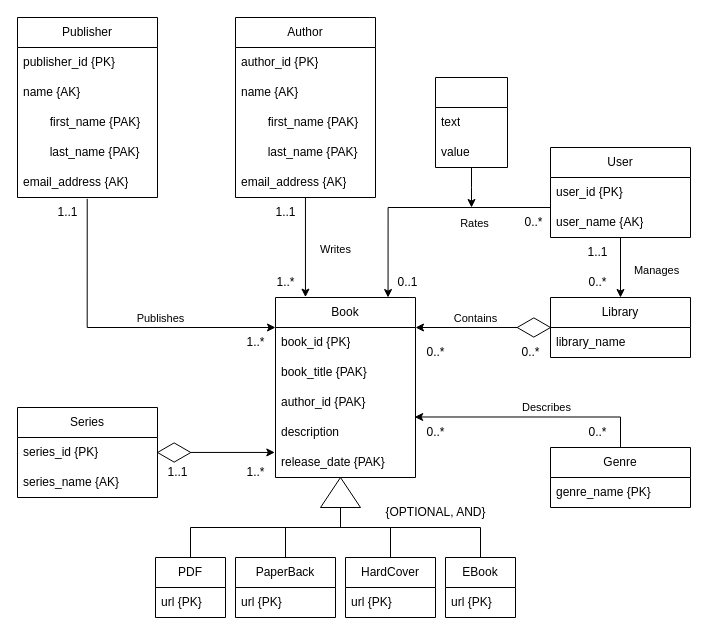
This is documents/vl_conceptual_design_alt.drawio from jackeinbinder01/VirtualLibrary, a draw.io file, before an edit. Source tidied: cells renumbered, new cells numbered last; positions are measured from the earlier drawing's top-left corner, leaving out a move shared by most shapes. Both pictures are drawn from the tidied source at 100%, with x=0, y=0 at pixel (17, 17).
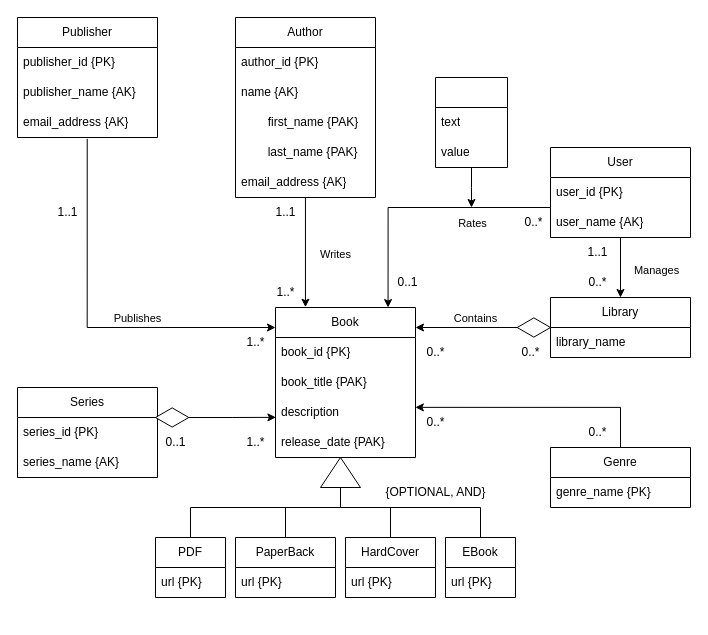
The same page after the edit.

Commit message (it also covers changes not shown here):
alt ERD updated

Unchanged cells that the change refers to:
```xml
<mxCell id="33" value="Genre" style="swimlane;fontStyle=0;horizontal=1;startSize=30;whiteSpace=wrap;html=1;" parent="1" vertex="1">
  <mxGeometry x="533" y="430" width="140" height="60" as="geometry" />
</mxCell>
```

What changed in the source:
```diff
@@
     <mxCell id="9" value="Book" style="swimlane;fontStyle=0;horizontal=1;startSize=30;whiteSpace=wrap;html=1;" parent="1" vertex="1">
-      <mxGeometry x="258" y="280" width="140" height="180" as="geometry" />
+      <mxGeometry x="258" y="290" width="140" height="150" as="geometry" />
     </mxCell>
@@
-    <mxCell id="12" value="author_id {PAK}" style="text;strokeColor=none;fillColor=none;align=left;verticalAlign=middle;spacingLeft=4;spacingRight=4;overflow=hidden;whiteSpace=wrap;html=1;" parent="9" vertex="1">
-      <mxGeometry y="90" width="140" height="30" as="geometry" />
-    </mxCell>
     <mxCell id="13" value="description" style="text;strokeColor=none;fillColor=none;align=left;verticalAlign=middle;spacingLeft=4;spacingRight=4;overflow=hidden;points=[[0,0.5],[1,0.5]];portConstraint=eastwest;whiteSpace=wrap;html=1;" parent="9" vertex="1">
-      <mxGeometry y="120" width="140" height="30" as="geometry" />
+      <mxGeometry y="90" width="140" height="30" as="geometry" />
     </mxCell>
     <mxCell id="14" value="release_date {PAK}" style="text;strokeColor=none;fillColor=none;align=left;verticalAlign=middle;spacingLeft=4;spacingRight=4;overflow=hidden;points=[[0,0.5],[1,0.5]];portConstraint=eastwest;whiteSpace=wrap;html=1;" parent="9" vertex="1">
-      <mxGeometry y="150" width="140" height="30" as="geometry" />
+      <mxGeometry y="120" width="140" height="30" as="geometry" />
     </mxCell>
     <mxCell id="15" value="PDF" style="swimlane;fontStyle=0;horizontal=1;startSize=30;whiteSpace=wrap;html=1;" parent="1" vertex="1">
-      <mxGeometry x="138" y="540" width="70" height="60" as="geometry" />
+      <mxGeometry x="138" y="520" width="70" height="60" as="geometry" />
     </mxCell>
@@
     <mxCell id="28" style="edgeStyle=orthogonalEdgeStyle;rounded=0;jettySize=auto;html=1;entryX=0.5;entryY=0;entryDx=0;entryDy=0;endArrow=none;endFill=0;" parent="1" edge="1" source="29" target="15">
       <mxGeometry relative="1" as="geometry">
         <Array as="points">
-          <mxPoint x="323" y="510" />
-          <mxPoint x="173" y="510" />
+          <mxPoint x="323" y="490" />
+          <mxPoint x="173" y="490" />
         </Array>
       </mxGeometry>
     </mxCell>
     <mxCell id="29" style="triangle;whiteSpace=wrap;html=1;direction=north;" parent="1" vertex="1">
-      <mxGeometry x="303" y="460" width="40" height="30" as="geometry" />
+      <mxGeometry x="303" y="440" width="40" height="30" as="geometry" />
     </mxCell>
     <mxCell id="30" value="{OPTIONAL, AND}" style="text;html=1;align=center;verticalAlign=middle;strokeColor=none;fillColor=none;" parent="1" vertex="1">
-      <mxGeometry x="358" y="480" width="120" height="30" as="geometry" />
+      <mxGeometry x="358" y="460" width="120" height="30" as="geometry" />
     </mxCell>
@@
-    <mxCell id="35" style="edgeStyle=orthogonalEdgeStyle;rounded=0;jettySize=auto;html=1;entryX=0.994;entryY=-0.017;entryDx=0;entryDy=0;entryPerimeter=0;" parent="1" edge="1" source="33" target="13">
-      <mxGeometry relative="1" as="geometry">
-        <Array as="points">
-          <mxPoint x="603" y="400" />
-        </Array>
-      </mxGeometry>
-    </mxCell>
-    <mxCell id="36" value="Describes" style="edgeLabel;html=1;align=center;verticalAlign=middle;" parent="35" vertex="1">
-      <mxGeometry x="0.08" relative="1" as="geometry">
-        <mxPoint x="23" y="-10" as="offset" />
-      </mxGeometry>
-    </mxCell>
     <mxCell id="37" value="Series" style="swimlane;fontStyle=0;horizontal=1;startSize=30;whiteSpace=wrap;html=1;" parent="1" vertex="1">
-      <mxGeometry y="390" width="140" height="90" as="geometry" />
+      <mxGeometry y="370" width="140" height="90" as="geometry" />
     </mxCell>
@@
     <mxCell id="40" style="edgeStyle=orthogonalEdgeStyle;rounded=0;jettySize=auto;html=1;entryX=0;entryY=0.5;entryDx=0;entryDy=0;endArrow=none;endFill=0;" parent="1" edge="1" source="41" target="29">
       <mxGeometry relative="1" as="geometry">
         <Array as="points">
-          <mxPoint x="268" y="510" />
-          <mxPoint x="323" y="510" />
+          <mxPoint x="268" y="490" />
+          <mxPoint x="323" y="490" />
         </Array>
       </mxGeometry>
     </mxCell>
     <mxCell id="41" value="PaperBack" style="swimlane;fontStyle=0;horizontal=1;startSize=30;whiteSpace=wrap;html=1;" parent="1" vertex="1">
-      <mxGeometry x="218" y="540" width="100" height="60" as="geometry" />
+      <mxGeometry x="218" y="520" width="100" height="60" as="geometry" />
     </mxCell>
@@
     <mxCell id="43" style="edgeStyle=orthogonalEdgeStyle;rounded=0;jettySize=auto;html=1;entryX=0;entryY=0.5;entryDx=0;entryDy=0;endArrow=none;endFill=0;" parent="1" edge="1" source="44" target="29">
       <mxGeometry relative="1" as="geometry">
         <Array as="points">
-          <mxPoint x="373" y="510" />
-          <mxPoint x="323" y="510" />
+          <mxPoint x="373" y="490" />
+          <mxPoint x="323" y="490" />
         </Array>
       </mxGeometry>
     </mxCell>
     <mxCell id="44" value="HardCover" style="swimlane;fontStyle=0;horizontal=1;startSize=30;whiteSpace=wrap;html=1;" parent="1" vertex="1">
-      <mxGeometry x="328" y="540" width="90" height="60" as="geometry" />
+      <mxGeometry x="328" y="520" width="90" height="60" as="geometry" />
     </mxCell>
@@
     <mxCell id="46" style="edgeStyle=orthogonalEdgeStyle;rounded=0;jettySize=auto;html=1;entryX=0;entryY=0.5;entryDx=0;entryDy=0;endArrow=none;endFill=0;" parent="1" edge="1" source="47" target="29">
       <mxGeometry relative="1" as="geometry">
         <Array as="points">
-          <mxPoint x="463" y="510" />
-          <mxPoint x="323" y="510" />
+          <mxPoint x="463" y="490" />
+          <mxPoint x="323" y="490" />
         </Array>
       </mxGeometry>
     </mxCell>
     <mxCell id="47" value="EBook" style="swimlane;fontStyle=0;horizontal=1;startSize=30;whiteSpace=wrap;html=1;" parent="1" vertex="1">
-      <mxGeometry x="428" y="540" width="70" height="60" as="geometry" />
+      <mxGeometry x="428" y="520" width="70" height="60" as="geometry" />
     </mxCell>
@@
     <mxCell id="49" style="html=1;whiteSpace=wrap;shape=isoRectangle;" parent="1" vertex="1">
-      <mxGeometry x="140" y="425" width="33.3" height="20" as="geometry" />
+      <mxGeometry x="138" y="390" width="33.3" height="20" as="geometry" />
     </mxCell>
@@
-    <mxCell id="54" style="edgeStyle=orthogonalEdgeStyle;rounded=0;jettySize=auto;html=1;entryX=-0.005;entryY=0.165;entryDx=0;entryDy=0;entryPerimeter=0;" parent="1" edge="1" source="49" target="14">
-      <mxGeometry relative="1" as="geometry" />
-    </mxCell>
@@
     <mxCell id="57" value="Publisher" style="swimlane;fontStyle=0;horizontal=1;startSize=30;whiteSpace=wrap;html=1;" parent="1" vertex="1">
-      <mxGeometry width="140" height="180" as="geometry" />
+      <mxGeometry width="140" height="120" as="geometry" />
     </mxCell>
@@
-    <mxCell id="59" value="name {AK}" style="text;strokeColor=none;fillColor=none;align=left;verticalAlign=middle;spacingLeft=4;spacingRight=4;overflow=hidden;whiteSpace=wrap;html=1;" parent="57" vertex="1">
+    <mxCell id="59" value="publisher_name {AK}" style="text;strokeColor=none;fillColor=none;align=left;verticalAlign=middle;spacingLeft=4;spacingRight=4;overflow=hidden;whiteSpace=wrap;html=1;" parent="57" vertex="1">
       <mxGeometry y="60" width="140" height="30" as="geometry" />
     </mxCell>
-    <mxCell id="60" value="&lt;span style=&quot;white-space: pre;&quot;&gt;&#9;&lt;/span&gt;first_name {PAK}" style="text;strokeColor=none;fillColor=none;align=left;verticalAlign=middle;spacingLeft=4;spacingRight=4;overflow=hidden;whiteSpace=wrap;html=1;" parent="57" vertex="1">
-      <mxGeometry y="90" width="140" height="30" as="geometry" />
-    </mxCell>
-    <mxCell id="61" value="&lt;span style=&quot;white-space: pre;&quot;&gt;&#9;&lt;/span&gt;last_name {PAK}" style="text;strokeColor=none;fillColor=none;align=left;verticalAlign=middle;spacingLeft=4;spacingRight=4;overflow=hidden;whiteSpace=wrap;html=1;" parent="57" vertex="1">
-      <mxGeometry y="120" width="140" height="30" as="geometry" />
-    </mxCell>
     <mxCell id="62" value="email_address {AK}" style="text;strokeColor=none;fillColor=none;align=left;verticalAlign=middle;spacingLeft=4;spacingRight=4;overflow=hidden;points=[[0,0.5],[1,0.5]];portConstraint=eastwest;whiteSpace=wrap;html=1;" parent="57" vertex="1">
-      <mxGeometry y="150" width="140" height="30" as="geometry" />
+      <mxGeometry y="90" width="140" height="30" as="geometry" />
     </mxCell>
@@
     <mxCell id="70" value="1..*" style="text;html=1;align=center;verticalAlign=middle;strokeColor=none;fillColor=none;" parent="1" vertex="1">
-      <mxGeometry x="248" y="250" width="40" height="30" as="geometry" />
+      <mxGeometry x="248" y="260" width="40" height="30" as="geometry" />
     </mxCell>
     <mxCell id="71" value="0..*" style="text;html=1;align=center;verticalAlign=middle;strokeColor=none;fillColor=none;" parent="1" vertex="1">
-      <mxGeometry x="398" y="400" width="40" height="30" as="geometry" />
+      <mxGeometry x="398" y="390" width="40" height="30" as="geometry" />
     </mxCell>
@@
-    <mxCell id="75" value="1..1" style="text;html=1;align=center;verticalAlign=middle;strokeColor=none;fillColor=none;" parent="1" vertex="1">
-      <mxGeometry x="140" y="440" width="40" height="30" as="geometry" />
+    <mxCell id="75" value="0..1" style="text;html=1;align=center;verticalAlign=middle;strokeColor=none;fillColor=none;" parent="1" vertex="1">
+      <mxGeometry x="138" y="410" width="40" height="30" as="geometry" />
     </mxCell>
     <mxCell id="76" value="1..*" style="text;html=1;align=center;verticalAlign=middle;strokeColor=none;fillColor=none;" parent="1" vertex="1">
-      <mxGeometry x="218" y="440" width="40" height="30" as="geometry" />
+      <mxGeometry x="218" y="410" width="40" height="30" as="geometry" />
     </mxCell>
+    <mxCell id="77" style="edgeStyle=orthogonalEdgeStyle;rounded=0;jettySize=auto;html=1;entryX=0.003;entryY=0.662;entryDx=0;entryDy=0;entryPerimeter=0;" parent="1" edge="1" source="49" target="13">
+      <mxGeometry relative="1" as="geometry" />
+    </mxCell>
+    <mxCell id="35" style="edgeStyle=orthogonalEdgeStyle;rounded=0;jettySize=auto;html=1;entryX=0.999;entryY=0.329;entryDx=0;entryDy=0;entryPerimeter=0;" parent="1" edge="1" source="33" target="13">
+      <mxGeometry relative="1" as="geometry">
+        <Array as="points">
+          <mxPoint x="603" y="390" />
+        </Array>
+      </mxGeometry>
+    </mxCell>
```
